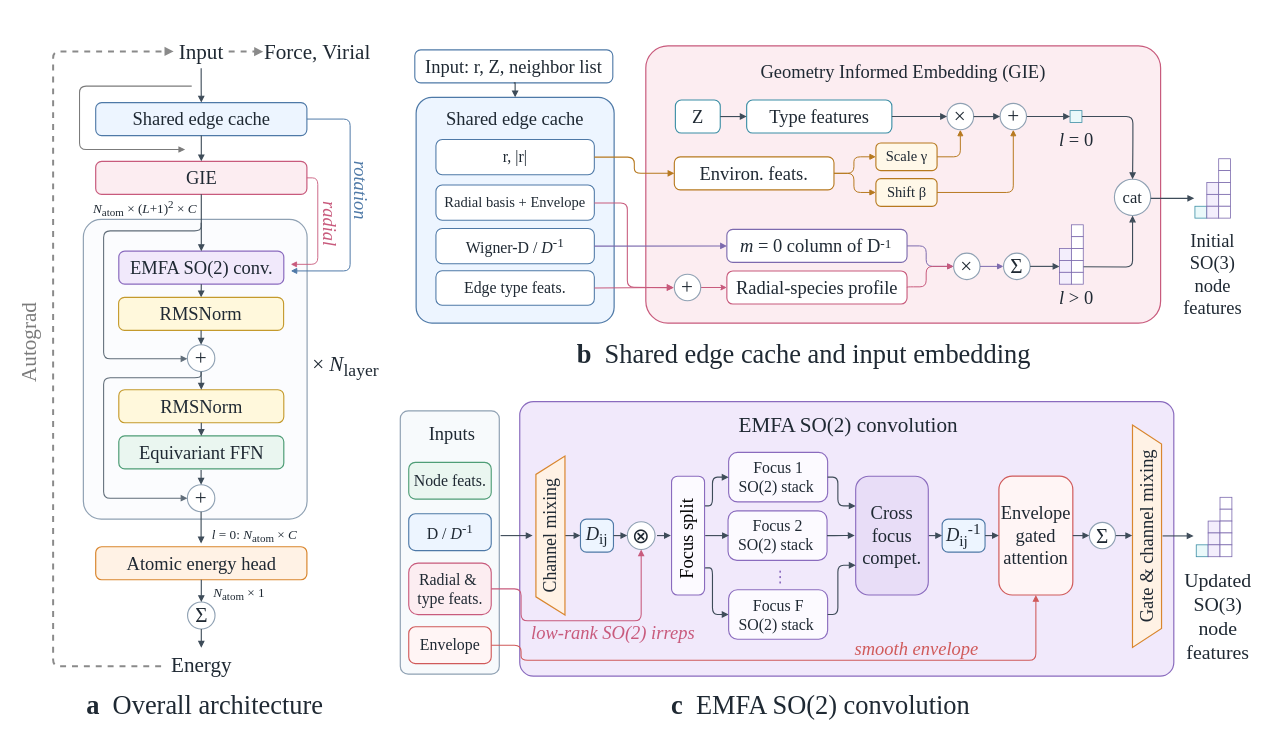
iProzd/DPA4-manuscript keeps this draw.io diagram as fig/fig2_simplified_wh.drawio. Above is the earlier version. Source tidied: cells renumbered, new cells numbered last; positions are measured from the earlier drawing's top-left corner, leaving out a move shared by most shapes. Both pictures are drawn from the tidied source at 66%, with x=0, y=0 at pixel (-13, 11).
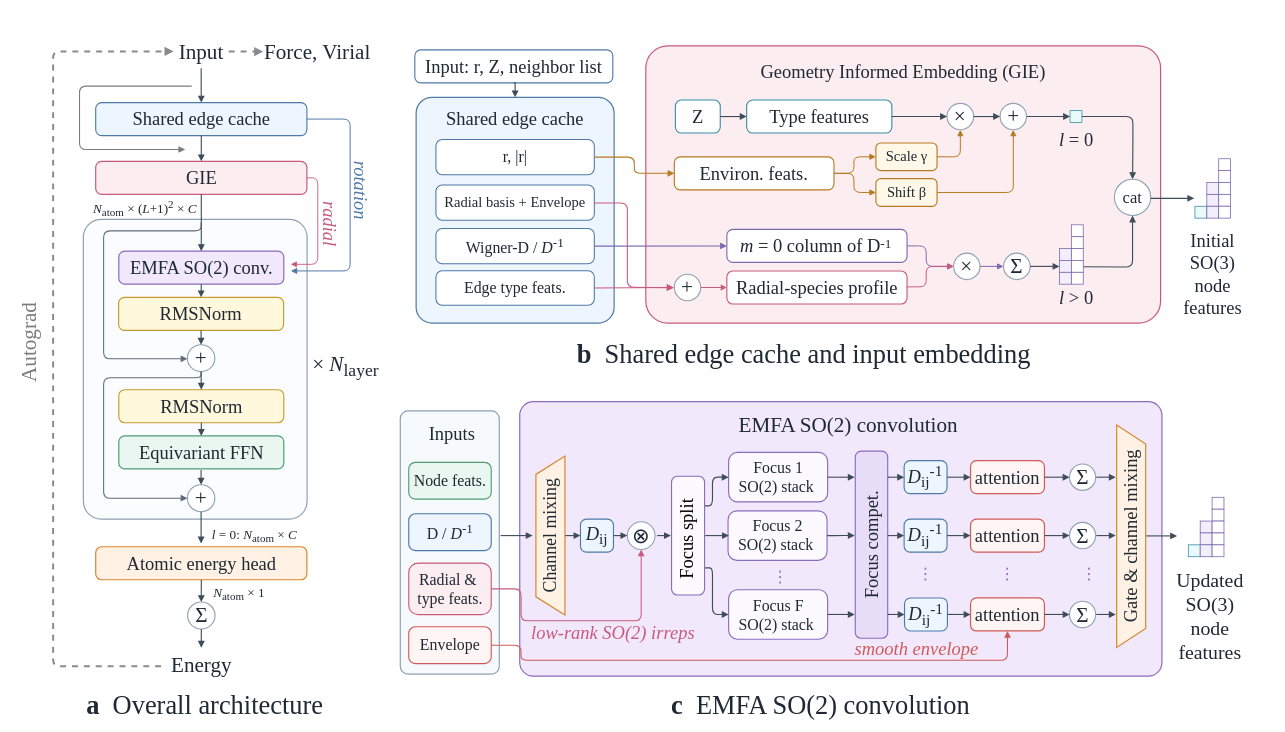
After the change.

Unchanged cells that the change refers to:
```xml
<mxCell id="41" style="group;html=1;whiteSpace=wrap;" parent="1" vertex="1">
  <mxGeometry x="559" y="574" width="1372" height="450" as="geometry" />
</mxCell>
<mxCell id="49" value="Envelope" style="rounded=1;whiteSpace=wrap;html=1;arcSize=18;fontFamily=Times New Roman;fontSize=24;fontColor=#1F2933;align=center;verticalAlign=middle;spacing=6;fillColor=#FFF5F5;strokeColor=#D05A5A;strokeWidth=1.7;" parent="45" vertex="1">
  <mxGeometry x="12.8" y="327.2" width="125" height="55.7" as="geometry" />
</mxCell>
<mxCell id="54" value="&lt;font style=&quot;font-size: 24px;&quot;&gt;Focus 1&lt;br&gt;SO(2) stack&amp;nbsp;&lt;/font&gt;" style="rounded=1;whiteSpace=wrap;html=1;arcSize=18;fontFamily=Times New Roman;fontSize=15;fontColor=#1F2933;align=center;verticalAlign=middle;spacing=6;fillColor=#FCFAFF;strokeColor=#8A6BBE;strokeWidth=1.7;" parent="41" vertex="1">
  <mxGeometry x="564.5" y="94" width="150" height="75" as="geometry" />
</mxCell>
<mxCell id="80" value="&lt;font style=&quot;font-size: 24px;&quot;&gt;Focus F&lt;br&gt;SO(2) stack&amp;nbsp;&lt;/font&gt;" style="rounded=1;whiteSpace=wrap;html=1;arcSize=18;fontFamily=Times New Roman;fontSize=15;fontColor=#1F2933;align=center;verticalAlign=middle;spacing=6;fillColor=#FCFAFF;strokeColor=#8A6BBE;strokeWidth=1.7;" parent="41" vertex="1">
  <mxGeometry x="564.5" y="302" width="150" height="75" as="geometry" />
</mxCell>
```

The edit, as a diff of the source:
```diff
@@
     <mxCell id="42" style="rounded=1;whiteSpace=wrap;html=1;arcSize=5;fontFamily=Times New Roman;fontSize=20;fontColor=#1F2933;align=center;verticalAlign=top;spacingTop=12;fillColor=#F1E9FB;strokeColor=#8A6BBE;strokeWidth=1.8;" parent="41" vertex="1">
-      <mxGeometry x="248" y="17" width="991" height="416" as="geometry" />
+      <mxGeometry x="248" y="17" width="973" height="416" as="geometry" />
     </mxCell>
@@
+    <mxCell id="56" value="&lt;font style=&quot;font-size: 28px;&quot;&gt;&lt;i&gt;D&lt;/i&gt;&lt;sub&gt;ij&lt;/sub&gt;&lt;sup&gt;-1&lt;/sup&gt;&lt;/font&gt;" style="rounded=1;whiteSpace=wrap;html=1;arcSize=18;fontFamily=Times New Roman;fontSize=20;fontColor=#1F2933;align=center;verticalAlign=middle;spacing=8;fillColor=#EDF5FF;strokeColor=#4E79A7;strokeWidth=1.7;" parent="42" vertex="1">
+      <mxGeometry x="582.4" y="89.5" width="65" height="50" as="geometry" />
+    </mxCell>
+    <mxCell id="163" value="&lt;font style=&quot;font-size: 28px;&quot;&gt;&lt;i&gt;D&lt;/i&gt;&lt;sub&gt;ij&lt;/sub&gt;&lt;sup&gt;-1&lt;/sup&gt;&lt;/font&gt;" style="rounded=1;whiteSpace=wrap;html=1;arcSize=18;fontFamily=Times New Roman;fontSize=20;fontColor=#1F2933;align=center;verticalAlign=middle;spacing=8;fillColor=#EDF5FF;strokeColor=#4E79A7;strokeWidth=1.7;" parent="42" vertex="1">
+      <mxGeometry x="582.4" y="178" width="65" height="50" as="geometry" />
+    </mxCell>
+    <mxCell id="164" value="&lt;font style=&quot;font-size: 28px;&quot;&gt;attention&lt;br&gt;&lt;/font&gt;" style="rounded=1;whiteSpace=wrap;html=1;arcSize=18;fontFamily=Times New Roman;fontSize=24;fontColor=#1F2933;align=center;verticalAlign=middle;spacing=7;fillColor=#FFF5F5;strokeColor=#D05A5A;strokeWidth=1.8;rotation=0;" parent="42" vertex="1">
+      <mxGeometry x="683" y="297.5" width="112" height="50" as="geometry" />
+    </mxCell>
+    <mxCell id="165" value="&lt;font style=&quot;font-size: 32px;&quot;&gt;Σ&lt;/font&gt;" style="ellipse;whiteSpace=wrap;html=1;fontFamily=Times New Roman;fontSize=25;fontColor=#1F2933;align=center;verticalAlign=middle;fillColor=#FFFFFF;strokeColor=#8FA1B3;strokeWidth=1.7;" parent="42" vertex="1">
+      <mxGeometry x="833" y="94.5" width="39.6" height="40" as="geometry" />
+    </mxCell>
+    <mxCell id="88" value="&lt;font style=&quot;font-size: 32px;&quot;&gt;Σ&lt;/font&gt;" style="ellipse;whiteSpace=wrap;html=1;fontFamily=Times New Roman;fontSize=25;fontColor=#1F2933;align=center;verticalAlign=middle;fillColor=#FFFFFF;strokeColor=#8FA1B3;strokeWidth=1.7;" parent="42" vertex="1">
+      <mxGeometry x="833" y="183" width="39.6" height="40" as="geometry" />
+    </mxCell>
+    <mxCell id="166" value="&lt;font style=&quot;font-size: 32px;&quot;&gt;Σ&lt;/font&gt;" style="ellipse;whiteSpace=wrap;html=1;fontFamily=Times New Roman;fontSize=25;fontColor=#1F2933;align=center;verticalAlign=middle;fillColor=#FFFFFF;strokeColor=#8FA1B3;strokeWidth=1.7;" parent="42" vertex="1">
+      <mxGeometry x="833" y="302.5" width="39.6" height="40" as="geometry" />
+    </mxCell>
@@
-    <mxCell id="55" style="edgeStyle=orthogonalEdgeStyle;rounded=0;jettySize=auto;html=1;strokeColor=#3E4C59;strokeWidth=1.7;endArrow=block;endFill=1;entryX=0;entryY=0.5;entryDx=0;entryDy=0;exitX=1;exitY=0.5;exitDx=0;exitDy=0;" parent="41" edge="1" source="76" target="56">
-      <mxGeometry relative="1" as="geometry" />
-    </mxCell>
-    <mxCell id="56" value="&lt;font style=&quot;font-size: 28px;&quot;&gt;&lt;i&gt;D&lt;/i&gt;&lt;sub&gt;ij&lt;/sub&gt;&lt;sup&gt;-1&lt;/sup&gt;&lt;/font&gt;" style="rounded=1;whiteSpace=wrap;html=1;arcSize=18;fontFamily=Times New Roman;fontSize=20;fontColor=#1F2933;align=center;verticalAlign=middle;spacing=8;fillColor=#EDF5FF;strokeColor=#4E79A7;strokeWidth=1.7;" parent="41" vertex="1">
-      <mxGeometry x="888" y="195" width="65" height="50" as="geometry" />
-    </mxCell>
-    <mxCell id="57" value="&lt;font style=&quot;font-size: 28px;&quot;&gt;Envelope&lt;br&gt;gated attention&lt;br&gt;&lt;/font&gt;" style="rounded=1;whiteSpace=wrap;html=1;arcSize=18;fontFamily=Times New Roman;fontSize=24;fontColor=#1F2933;align=center;verticalAlign=middle;spacing=7;fillColor=#FFF5F5;strokeColor=#D05A5A;strokeWidth=1.8;" parent="41" vertex="1">
-      <mxGeometry x="974" y="130" width="112" height="180" as="geometry" />
-    </mxCell>
@@
-    <mxCell id="63" style="edgeStyle=orthogonalEdgeStyle;rounded=1;jettySize=auto;html=1;strokeColor=#3E4C59;strokeWidth=1.7;endArrow=block;endFill=1;exitX=1;exitY=0.5;entryX=0;entryY=0.25;entryDx=0;entryDy=0;" parent="41" edge="1" source="54" target="76">
-      <mxGeometry relative="1" as="geometry">
-        <Array as="points">
-          <mxPoint x="730" y="132" />
-          <mxPoint x="730" y="175" />
-        </Array>
-      </mxGeometry>
-    </mxCell>
-    <mxCell id="64" style="edgeStyle=orthogonalEdgeStyle;rounded=0;jettySize=auto;html=1;strokeColor=#3E4C59;strokeWidth=1.7;endArrow=block;endFill=1;exitX=1;exitY=0.5;entryX=0;entryY=0.5;" parent="41" edge="1" source="56" target="57">
-      <mxGeometry relative="1" as="geometry" />
-    </mxCell>
@@
     <mxCell id="66" style="rounded=0;whiteSpace=wrap;html=1;fillColor=#EAF9FA;strokeColor=#3B8EA5;strokeWidth=1.2;" parent="41" vertex="1">
-      <mxGeometry x="1273" y="234" width="18" height="18" as="geometry" />
+      <mxGeometry x="1261" y="234" width="18" height="18" as="geometry" />
     </mxCell>
     <mxCell id="67" style="rounded=0;whiteSpace=wrap;html=1;fillColor=#F3EEFC;strokeColor=#7C6AAE;strokeWidth=1.2;" parent="41" vertex="1">
-      <mxGeometry x="1291" y="198" width="18" height="18" as="geometry" />
+      <mxGeometry x="1279" y="198" width="18" height="18" as="geometry" />
     </mxCell>
     <mxCell id="68" style="rounded=0;whiteSpace=wrap;html=1;fillColor=#F3EEFC;strokeColor=#7C6AAE;strokeWidth=1.2;" parent="41" vertex="1">
-      <mxGeometry x="1291" y="216" width="18" height="18" as="geometry" />
+      <mxGeometry x="1279" y="216" width="18" height="18" as="geometry" />
     </mxCell>
     <mxCell id="69" style="rounded=0;whiteSpace=wrap;html=1;fillColor=#F3EEFC;strokeColor=#7C6AAE;strokeWidth=1.2;" parent="41" vertex="1">
-      <mxGeometry x="1291" y="234" width="18" height="18" as="geometry" />
+      <mxGeometry x="1279" y="234" width="18" height="18" as="geometry" />
     </mxCell>
     <mxCell id="70" style="rounded=0;whiteSpace=wrap;html=1;fillColor=#FFFFFF;strokeColor=#7C6AAE;strokeWidth=1.2;" parent="41" vertex="1">
-      <mxGeometry x="1309" y="162" width="18" height="18" as="geometry" />
+      <mxGeometry x="1297" y="162" width="18" height="18" as="geometry" />
     </mxCell>
     <mxCell id="71" style="rounded=0;whiteSpace=wrap;html=1;fillColor=#FFFFFF;strokeColor=#7C6AAE;strokeWidth=1.2;" parent="41" vertex="1">
-      <mxGeometry x="1309" y="180" width="18" height="18" as="geometry" />
+      <mxGeometry x="1297" y="180" width="18" height="18" as="geometry" />
     </mxCell>
     <mxCell id="72" style="rounded=0;whiteSpace=wrap;html=1;fillColor=#FFFFFF;strokeColor=#7C6AAE;strokeWidth=1.2;" parent="41" vertex="1">
-      <mxGeometry x="1309" y="198" width="18" height="18" as="geometry" />
+      <mxGeometry x="1297" y="198" width="18" height="18" as="geometry" />
     </mxCell>
     <mxCell id="73" style="rounded=0;whiteSpace=wrap;html=1;fillColor=#FFFFFF;strokeColor=#7C6AAE;strokeWidth=1.2;" parent="41" vertex="1">
-      <mxGeometry x="1309" y="216" width="18" height="18" as="geometry" />
+      <mxGeometry x="1297" y="216" width="18" height="18" as="geometry" />
     </mxCell>
     <mxCell id="74" style="rounded=0;whiteSpace=wrap;html=1;fillColor=#FFFFFF;strokeColor=#7C6AAE;strokeWidth=1.2;" parent="41" vertex="1">
-      <mxGeometry x="1309" y="234" width="18" height="18" as="geometry" />
+      <mxGeometry x="1297" y="234" width="18" height="18" as="geometry" />
     </mxCell>
     <mxCell id="75" value="&lt;font style=&quot;font-size: 30px;&quot;&gt;Updated&lt;/font&gt;&lt;div&gt;&lt;font style=&quot;font-size: 30px;&quot;&gt;SO(3)&lt;/font&gt;&lt;/div&gt;&lt;div&gt;&lt;font style=&quot;font-size: 30px;&quot;&gt;node features&lt;/font&gt;&lt;/div&gt;" style="text;html=1;strokeColor=none;fillColor=none;whiteSpace=wrap;rounded=0;fontFamily=Times New Roman;fontSize=14;fontColor=#1F2933;align=center;verticalAlign=middle;" parent="41" vertex="1">
-      <mxGeometry x="1241" y="273" width="130" height="138" as="geometry" />
+      <mxGeometry x="1229" y="273" width="130" height="138" as="geometry" />
     </mxCell>
-    <mxCell id="76" value="&lt;font style=&quot;font-size: 28px;&quot;&gt;Cross &lt;br&gt;focus&lt;br&gt;compet.&lt;br&gt;&lt;/font&gt;" style="rounded=1;whiteSpace=wrap;html=1;arcSize=18;fontFamily=Times New Roman;fontSize=16;fontColor=#1F2933;align=center;verticalAlign=middle;spacing=7;fillColor=#E8DDF7;strokeColor=#8A6BBE;strokeWidth=1.7;" parent="41" vertex="1">
-      <mxGeometry x="757" y="130" width="110" height="180" as="geometry" />
+    <mxCell id="76" value="&lt;font style=&quot;font-size: 28px;&quot;&gt;Focus compet.&lt;br&gt;&lt;/font&gt;" style="rounded=1;whiteSpace=wrap;html=1;arcSize=18;fontFamily=Times New Roman;fontSize=16;fontColor=#1F2933;align=center;verticalAlign=middle;spacing=7;fillColor=#E8DDF7;strokeColor=#8A6BBE;strokeWidth=1.7;rotation=-90;" parent="41" vertex="1">
+      <mxGeometry x="639.2" y="209.2" width="283.5" height="49.1" as="geometry" />
     </mxCell>
@@
-    <mxCell id="81" style="edgeStyle=orthogonalEdgeStyle;rounded=1;jettySize=auto;html=1;strokeColor=#3E4C59;strokeWidth=1.7;endArrow=block;endFill=1;exitX=1;exitY=0.5;entryX=0;entryY=0.75;entryDx=0;entryDy=0;exitDx=0;exitDy=0;" parent="41" edge="1" source="80" target="76">
-      <mxGeometry relative="1" as="geometry">
-        <Array as="points">
-          <mxPoint x="730" y="340" />
-          <mxPoint x="730" y="265" />
-        </Array>
-      </mxGeometry>
-    </mxCell>
+    <mxCell id="167" style="edgeStyle=orthogonalEdgeStyle;rounded=1;orthogonalLoop=1;jettySize=auto;html=1;strokeColor=#3E4C59;strokeWidth=1.7;endArrow=block;endFill=1;" parent="41" edge="1">
+      <mxGeometry relative="1" as="geometry">
+        <mxPoint x="714.5" y="131.5" as="sourcePoint" />
+        <mxPoint x="755.5" y="131.5" as="targetPoint" />
+      </mxGeometry>
+    </mxCell>
+    <mxCell id="168" style="edgeStyle=orthogonalEdgeStyle;rounded=1;orthogonalLoop=1;jettySize=auto;html=1;strokeColor=#3E4C59;strokeWidth=1.7;endArrow=block;endFill=1;" parent="41" edge="1">
+      <mxGeometry relative="1" as="geometry">
+        <mxPoint x="714.5" y="339.5" as="sourcePoint" />
+        <mxPoint x="755.5" y="339.5" as="targetPoint" />
+      </mxGeometry>
+    </mxCell>
-    <mxCell id="82" style="edgeStyle=orthogonalEdgeStyle;rounded=1;jettySize=auto;html=1;strokeColor=#D05A5A;strokeWidth=1.6;endArrow=block;endFill=1;exitX=1;exitY=0.5;entryX=0.5;entryY=1;entryDx=0;entryDy=0;exitDx=0;exitDy=0;" parent="41" edge="1" source="49" target="57">
+    <mxCell id="82" style="edgeStyle=orthogonalEdgeStyle;rounded=1;jettySize=auto;html=1;strokeColor=#D05A5A;strokeWidth=1.6;endArrow=block;endFill=1;exitX=1;exitY=0.5;exitDx=0;exitDy=0;entryX=0.5;entryY=1;entryDx=0;entryDy=0;" parent="41" edge="1" source="49" target="164">
       <mxGeometry relative="1" as="geometry">
         <Array as="points">
           <mxPoint x="250" y="386" />
           <mxPoint x="250" y="409" />
-          <mxPoint x="1030" y="409" />
+          <mxPoint x="987" y="409" />
         </Array>
       </mxGeometry>
     </mxCell>
     <mxCell id="83" style="edgeStyle=orthogonalEdgeStyle;rounded=1;orthogonalLoop=1;jettySize=auto;html=1;strokeColor=#3E4C59;strokeWidth=1.7;endArrow=block;endFill=1;exitX=1;exitY=0.5;entryX=0;entryY=0.5;entryDx=0;entryDy=0;" parent="41" edge="1">
       <mxGeometry relative="1" as="geometry">
-        <mxPoint x="1222" y="220.5" as="sourcePoint" />
-        <mxPoint x="1269" y="220.5" as="targetPoint" />
+        <mxPoint x="1197" y="220.5" as="sourcePoint" />
+        <mxPoint x="1244" y="220.5" as="targetPoint" />
       </mxGeometry>
     </mxCell>
@@
     <mxCell id="87" value="&lt;font style=&quot;font-size: 28px;&quot;&gt;Gate &amp;amp; channel mixing&lt;/font&gt;" style="shape=trapezoid;perimeter=trapezoidPerimeter;direction=west;rotation=-90;whiteSpace=wrap;html=1;fontFamily=Times New Roman;fontSize=24;fontColor=#1F2933;align=center;verticalAlign=middle;spacing=8;fillColor=#FFF2E5;strokeColor=#D9862E;strokeWidth=1.8;flipH=0;legacyAnchorPoints=0;flipV=0;size=0.08528880866425993;" parent="41" vertex="1">
-      <mxGeometry x="1030" y="199" width="336.8" height="44" as="geometry" />
+      <mxGeometry x="1006" y="199" width="336.8" height="44" as="geometry" />
     </mxCell>
-    <mxCell id="88" value="&lt;font style=&quot;font-size: 32px;&quot;&gt;Σ&lt;/font&gt;" style="ellipse;whiteSpace=wrap;html=1;fontFamily=Times New Roman;fontSize=25;fontColor=#1F2933;align=center;verticalAlign=middle;fillColor=#FFFFFF;strokeColor=#8FA1B3;strokeWidth=1.7;" parent="41" vertex="1">
-      <mxGeometry x="1111" y="200" width="39.6" height="40" as="geometry" />
-    </mxCell>
-    <mxCell id="89" style="edgeStyle=orthogonalEdgeStyle;rounded=0;jettySize=auto;html=1;strokeColor=#3E4C59;strokeWidth=1.7;endArrow=block;endFill=1;entryX=0;entryY=0.5;entryDx=0;entryDy=0;exitX=1;exitY=0.5;exitDx=0;exitDy=0;" parent="41" edge="1" source="57" target="88">
-      <mxGeometry relative="1" as="geometry" />
-    </mxCell>
+    <mxCell id="169" value="&lt;font style=&quot;font-size: 28px;&quot;&gt;&lt;i&gt;D&lt;/i&gt;&lt;sub&gt;ij&lt;/sub&gt;&lt;sup&gt;-1&lt;/sup&gt;&lt;/font&gt;" style="rounded=1;whiteSpace=wrap;html=1;arcSize=18;fontFamily=Times New Roman;fontSize=20;fontColor=#1F2933;align=center;verticalAlign=middle;spacing=8;fillColor=#EDF5FF;strokeColor=#4E79A7;strokeWidth=1.7;" parent="41" vertex="1">
+      <mxGeometry x="831" y="314.5" width="65" height="50" as="geometry" />
+    </mxCell>
+    <mxCell id="57" value="&lt;font style=&quot;font-size: 28px;&quot;&gt;attention&lt;br&gt;&lt;/font&gt;" style="rounded=1;whiteSpace=wrap;html=1;arcSize=18;fontFamily=Times New Roman;fontSize=24;fontColor=#1F2933;align=center;verticalAlign=middle;spacing=7;fillColor=#FFF5F5;strokeColor=#D05A5A;strokeWidth=1.8;rotation=0;" parent="41" vertex="1">
+      <mxGeometry x="931" y="106.5" width="112" height="50" as="geometry" />
+    </mxCell>
+    <mxCell id="170" value="&lt;font style=&quot;font-size: 28px;&quot;&gt;attention&lt;br&gt;&lt;/font&gt;" style="rounded=1;whiteSpace=wrap;html=1;arcSize=18;fontFamily=Times New Roman;fontSize=24;fontColor=#1F2933;align=center;verticalAlign=middle;spacing=7;fillColor=#FFF5F5;strokeColor=#D05A5A;strokeWidth=1.8;rotation=0;" parent="41" vertex="1">
+      <mxGeometry x="931" y="195" width="112" height="50" as="geometry" />
+    </mxCell>
+    <mxCell id="171" value="⋮" style="text;html=1;strokeColor=none;fillColor=none;whiteSpace=wrap;rounded=0;fontFamily=Times New Roman;fontSize=24;fontColor=#8A6BBE;align=center;fontStyle=0;" parent="41" vertex="1">
+      <mxGeometry x="849" y="258" width="28" height="34" as="geometry" />
+    </mxCell>
+    <mxCell id="172" value="⋮" style="text;html=1;strokeColor=none;fillColor=none;whiteSpace=wrap;rounded=0;fontFamily=Times New Roman;fontSize=24;fontColor=#8A6BBE;align=center;fontStyle=0;" parent="41" vertex="1">
+      <mxGeometry x="973" y="258" width="28" height="34" as="geometry" />
+    </mxCell>
+    <mxCell id="173" value="⋮" style="text;html=1;strokeColor=none;fillColor=none;whiteSpace=wrap;rounded=0;fontFamily=Times New Roman;fontSize=24;fontColor=#8A6BBE;align=center;fontStyle=0;" parent="41" vertex="1">
+      <mxGeometry x="1097" y="258" width="28" height="34" as="geometry" />
+    </mxCell>
+    <mxCell id="174" style="edgeStyle=orthogonalEdgeStyle;rounded=1;orthogonalLoop=1;jettySize=auto;html=1;strokeColor=#3E4C59;strokeWidth=1.7;endArrow=block;endFill=1;" parent="41" edge="1">
+      <mxGeometry relative="1" as="geometry">
+        <mxPoint x="805.5" y="131.5" as="sourcePoint" />
+        <mxPoint x="830.4" y="131.5" as="targetPoint" />
+      </mxGeometry>
+    </mxCell>
+    <mxCell id="175" style="edgeStyle=orthogonalEdgeStyle;rounded=1;orthogonalLoop=1;jettySize=auto;html=1;strokeColor=#3E4C59;strokeWidth=1.7;endArrow=block;endFill=1;" parent="41" edge="1">
+      <mxGeometry relative="1" as="geometry">
+        <mxPoint x="895.4" y="131.5" as="sourcePoint" />
+        <mxPoint x="931" y="131.5" as="targetPoint" />
+      </mxGeometry>
+    </mxCell>
+    <mxCell id="176" style="edgeStyle=orthogonalEdgeStyle;rounded=1;orthogonalLoop=1;jettySize=auto;html=1;strokeColor=#3E4C59;strokeWidth=1.7;endArrow=block;endFill=1;" parent="41" edge="1">
+      <mxGeometry relative="1" as="geometry">
+        <mxPoint x="1043" y="131.5" as="sourcePoint" />
+        <mxPoint x="1081" y="132" as="targetPoint" />
+      </mxGeometry>
+    </mxCell>
+    <mxCell id="177" style="edgeStyle=orthogonalEdgeStyle;rounded=1;orthogonalLoop=1;jettySize=auto;html=1;strokeColor=#3E4C59;strokeWidth=1.7;endArrow=block;endFill=1;" parent="41" edge="1">
+      <mxGeometry relative="1" as="geometry">
+        <mxPoint x="1121.6" y="131.5" as="sourcePoint" />
+        <mxPoint x="1151" y="132" as="targetPoint" />
+      </mxGeometry>
+    </mxCell>
+    <mxCell id="178" style="edgeStyle=orthogonalEdgeStyle;rounded=1;orthogonalLoop=1;jettySize=auto;html=1;strokeColor=#3E4C59;strokeWidth=1.7;endArrow=block;endFill=1;" parent="41" edge="1">
+      <mxGeometry relative="1" as="geometry">
+        <mxPoint x="805.5" y="220" as="sourcePoint" />
+        <mxPoint x="830.4" y="220" as="targetPoint" />
+      </mxGeometry>
+    </mxCell>
+    <mxCell id="179" style="edgeStyle=orthogonalEdgeStyle;rounded=1;orthogonalLoop=1;jettySize=auto;html=1;strokeColor=#3E4C59;strokeWidth=1.7;endArrow=block;endFill=1;" parent="41" edge="1">
+      <mxGeometry relative="1" as="geometry">
+        <mxPoint x="895.4" y="220" as="sourcePoint" />
+        <mxPoint x="931" y="220" as="targetPoint" />
+      </mxGeometry>
+    </mxCell>
+    <mxCell id="180" style="edgeStyle=orthogonalEdgeStyle;rounded=1;orthogonalLoop=1;jettySize=auto;html=1;strokeColor=#3E4C59;strokeWidth=1.7;endArrow=block;endFill=1;" parent="41" edge="1">
+      <mxGeometry relative="1" as="geometry">
+        <mxPoint x="1043" y="220" as="sourcePoint" />
+        <mxPoint x="1081" y="220" as="targetPoint" />
+      </mxGeometry>
+    </mxCell>
+    <mxCell id="181" style="edgeStyle=orthogonalEdgeStyle;rounded=1;orthogonalLoop=1;jettySize=auto;html=1;strokeColor=#3E4C59;strokeWidth=1.7;endArrow=block;endFill=1;" parent="41" edge="1">
+      <mxGeometry relative="1" as="geometry">
+        <mxPoint x="1121.6" y="220" as="sourcePoint" />
+        <mxPoint x="1151" y="220" as="targetPoint" />
+      </mxGeometry>
+    </mxCell>
+    <mxCell id="182" style="edgeStyle=orthogonalEdgeStyle;rounded=1;orthogonalLoop=1;jettySize=auto;html=1;strokeColor=#3E4C59;strokeWidth=1.7;endArrow=block;endFill=1;" parent="41" edge="1">
+      <mxGeometry relative="1" as="geometry">
+        <mxPoint x="805.5" y="339.5" as="sourcePoint" />
+        <mxPoint x="831" y="339.5" as="targetPoint" />
+      </mxGeometry>
+    </mxCell>
+    <mxCell id="183" style="edgeStyle=orthogonalEdgeStyle;rounded=1;orthogonalLoop=1;jettySize=auto;html=1;strokeColor=#3E4C59;strokeWidth=1.7;endArrow=block;endFill=1;" parent="41" edge="1">
+      <mxGeometry relative="1" as="geometry">
+        <mxPoint x="896" y="339.5" as="sourcePoint" />
+        <mxPoint x="931" y="339.5" as="targetPoint" />
+      </mxGeometry>
+    </mxCell>
+    <mxCell id="184" style="edgeStyle=orthogonalEdgeStyle;rounded=1;orthogonalLoop=1;jettySize=auto;html=1;strokeColor=#3E4C59;strokeWidth=1.7;endArrow=block;endFill=1;" parent="41" edge="1">
+      <mxGeometry relative="1" as="geometry">
+        <mxPoint x="1043" y="339.5" as="sourcePoint" />
+        <mxPoint x="1081" y="340" as="targetPoint" />
+      </mxGeometry>
+    </mxCell>
+    <mxCell id="185" style="edgeStyle=orthogonalEdgeStyle;rounded=1;orthogonalLoop=1;jettySize=auto;html=1;strokeColor=#3E4C59;strokeWidth=1.7;endArrow=block;endFill=1;" parent="41" edge="1">
+      <mxGeometry relative="1" as="geometry">
+        <mxPoint x="1121.6" y="339.5" as="sourcePoint" />
+        <mxPoint x="1151" y="340" as="targetPoint" />
+      </mxGeometry>
+    </mxCell>
@@
-    <mxCell id="162" style="edgeStyle=orthogonalEdgeStyle;rounded=0;orthogonalLoop=1;jettySize=auto;html=1;strokeColor=#3E4C59;strokeWidth=1.7;endArrow=block;endFill=1;entryX=0;entryY=0.5;entryDx=0;entryDy=0;exitX=1;exitY=0.5;exitDx=0;exitDy=0;" parent="1" edge="1">
-      <mxGeometry relative="1" as="geometry">
-        <mxPoint x="1710" y="794" as="sourcePoint" />
-        <mxPoint x="1735" y="794" as="targetPoint" />
-      </mxGeometry>
-    </mxCell>
```
